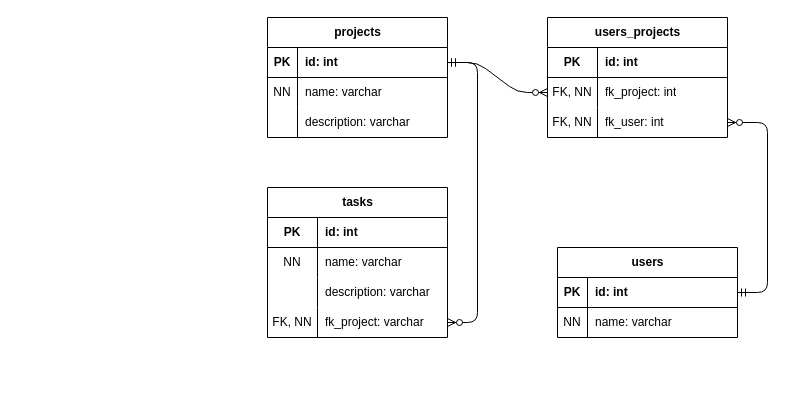
This is backend/docs/DER.drawio from guilhermepk/APS-2-WEB-3, a draw.io file, before an edit. Source tidied: cells renumbered, new cells numbered last; positions are measured from the earlier drawing's top-left corner, leaving out a move shared by most shapes. Both pictures are drawn from the tidied source at 100%, with x=0, y=0 at pixel (267, 17).
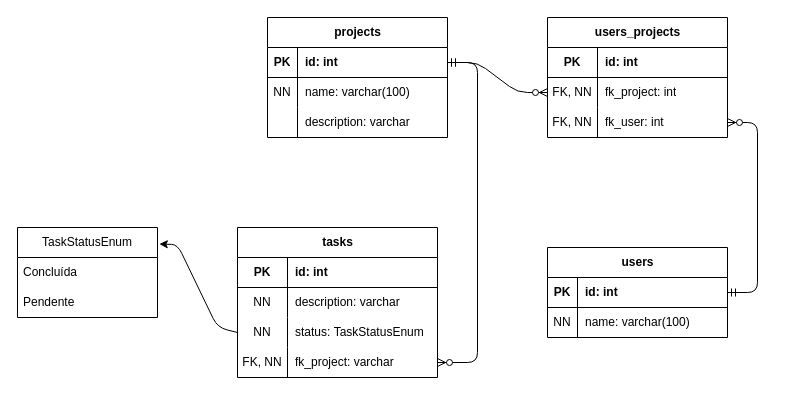
Above is the later version.

The change refers to these unchanged cells:
```xml
<mxCell id="6" style="shape=tableRow;horizontal=0;startSize=0;swimlaneHead=0;swimlaneBody=0;fillColor=none;top=0;left=0;right=0;bottom=0;" parent="2" vertex="1">
  <mxGeometry y="60" width="180" height="30" as="geometry" />
</mxCell>
<mxCell id="16" style="shape=tableRow;horizontal=0;startSize=0;swimlaneHead=0;swimlaneBody=0;fillColor=none;top=0;left=0;right=0;bottom=0;" parent="12" vertex="1">
  <mxGeometry y="60" width="180" height="30" as="geometry" />
</mxCell>
```

Diff of the diagram source:
```diff
@@
-    <mxCell id="8" value="name: varchar" style="shape=partialRectangle;fillColor=none;top=0;left=0;bottom=0;right=0;align=left;spacingLeft=6;overflow=hidden;whiteSpace=wrap;html=1;" parent="6" vertex="1">
+    <mxCell id="8" value="name: varchar(100)" style="shape=partialRectangle;fillColor=none;top=0;left=0;bottom=0;right=0;align=left;spacingLeft=6;overflow=hidden;whiteSpace=wrap;html=1;" parent="6" vertex="1">
       <mxGeometry x="30" width="150" height="30" as="geometry" />
     </mxCell>
@@
     <mxCell id="12" value="users" style="shape=table;startSize=30;childLayout=tableLayout;rowLines=0;fontStyle=1;align=center;html=1;" parent="1" vertex="1">
-      <mxGeometry x="290" y="230" width="180" height="90" as="geometry" />
+      <mxGeometry x="280" y="230" width="180" height="90" as="geometry" />
     </mxCell>
@@
-    <mxCell id="18" value="name: varchar" style="shape=partialRectangle;fillColor=none;top=0;left=0;bottom=0;right=0;align=left;spacingLeft=6;overflow=hidden;whiteSpace=wrap;html=1;" parent="16" vertex="1">
+    <mxCell id="18" value="name: varchar(100)" style="shape=partialRectangle;fillColor=none;top=0;left=0;bottom=0;right=0;align=left;spacingLeft=6;overflow=hidden;whiteSpace=wrap;html=1;" parent="16" vertex="1">
       <mxGeometry x="30" width="150" height="30" as="geometry" />
     </mxCell>
@@
+    <mxCell id="45" style="edgeStyle=none;html=1;exitX=0;exitY=0.5;exitDx=0;exitDy=0;entryX=1.013;entryY=0.184;entryDx=0;entryDy=0;entryPerimeter=0;" parent="1" edge="1" source="46" target="48">
+      <mxGeometry relative="1" as="geometry">
+        <Array as="points">
+          <mxPoint x="-50" y="310" />
+          <mxPoint x="-90" y="227" />
+        </Array>
+      </mxGeometry>
+    </mxCell>
     <mxCell id="31" value="tasks" style="shape=table;startSize=30;childLayout=tableLayout;rowLines=0;fontStyle=1;align=center;html=1;" parent="1" vertex="1">
-      <mxGeometry y="170" width="180" height="150" as="geometry" />
+      <mxGeometry x="-30" y="210" width="200" height="150" as="geometry" />
     </mxCell>
     <mxCell id="32" style="shape=tableRow;horizontal=0;startSize=0;swimlaneHead=0;swimlaneBody=0;fillColor=none;top=0;left=0;right=0;bottom=1;" parent="31" vertex="1">
-      <mxGeometry y="30" width="180" height="30" as="geometry" />
+      <mxGeometry y="30" width="200" height="30" as="geometry" />
     </mxCell>
@@
     <mxCell id="34" value="id: int" style="shape=partialRectangle;fillColor=none;top=0;left=0;bottom=0;right=0;align=left;spacingLeft=6;fontStyle=1;overflow=hidden;whiteSpace=wrap;html=1;" parent="32" vertex="1">
-      <mxGeometry x="50" width="130" height="30" as="geometry" />
+      <mxGeometry x="50" width="150" height="30" as="geometry" />
     </mxCell>
-    <mxCell id="35" style="shape=tableRow;horizontal=0;startSize=0;swimlaneHead=0;swimlaneBody=0;fillColor=none;top=0;left=0;right=0;bottom=0;" parent="31" vertex="1">
-      <mxGeometry y="60" width="180" height="30" as="geometry" />
-    </mxCell>
-    <mxCell id="36" value="NN" style="shape=partialRectangle;fillColor=none;top=0;left=0;bottom=0;right=0;overflow=hidden;whiteSpace=wrap;html=1;" parent="35" vertex="1">
-      <mxGeometry width="50" height="30" as="geometry" />
-    </mxCell>
-    <mxCell id="37" value="name: varchar" style="shape=partialRectangle;fillColor=none;top=0;left=0;bottom=0;right=0;align=left;spacingLeft=6;overflow=hidden;whiteSpace=wrap;html=1;" parent="35" vertex="1">
-      <mxGeometry x="50" width="130" height="30" as="geometry" />
-    </mxCell>
     <mxCell id="38" style="shape=tableRow;horizontal=0;startSize=0;swimlaneHead=0;swimlaneBody=0;fillColor=none;top=0;left=0;right=0;bottom=0;" parent="31" vertex="1">
-      <mxGeometry y="90" width="180" height="30" as="geometry" />
+      <mxGeometry y="60" width="200" height="30" as="geometry" />
     </mxCell>
-    <mxCell id="39" style="shape=partialRectangle;fillColor=none;top=0;left=0;bottom=0;right=0;overflow=hidden;whiteSpace=wrap;html=1;" parent="38" vertex="1">
+    <mxCell id="39" value="NN" style="shape=partialRectangle;fillColor=none;top=0;left=0;bottom=0;right=0;overflow=hidden;whiteSpace=wrap;html=1;" parent="38" vertex="1">
       <mxGeometry width="50" height="30" as="geometry" />
     </mxCell>
     <mxCell id="40" value="description: varchar" style="shape=partialRectangle;fillColor=none;top=0;left=0;bottom=0;right=0;align=left;spacingLeft=6;overflow=hidden;whiteSpace=wrap;html=1;" parent="38" vertex="1">
-      <mxGeometry x="50" width="130" height="30" as="geometry" />
+      <mxGeometry x="50" width="150" height="30" as="geometry" />
     </mxCell>
+    <mxCell id="46" style="shape=tableRow;horizontal=0;startSize=0;swimlaneHead=0;swimlaneBody=0;fillColor=none;points=[[0,0.5],[1,0.5]];portConstraint=eastwest;top=0;left=0;right=0;bottom=0;" parent="31" vertex="1">
+      <mxGeometry y="90" width="200" height="30" as="geometry" />
+    </mxCell>
+    <mxCell id="36" value="NN" style="shape=partialRectangle;fillColor=none;top=0;left=0;bottom=0;right=0;overflow=hidden;whiteSpace=wrap;html=1;" parent="46" vertex="1">
+      <mxGeometry width="50" height="30" as="geometry" />
+    </mxCell>
+    <mxCell id="47" value="status:&amp;nbsp;&lt;span style=&quot;color: rgb(0, 0, 0); text-align: center;&quot;&gt;TaskStatusEnum&lt;/span&gt;" style="shape=partialRectangle;fillColor=none;top=0;left=0;bottom=0;right=0;align=left;spacingLeft=6;overflow=hidden;whiteSpace=wrap;html=1;" parent="46" vertex="1">
+      <mxGeometry x="50" width="150" height="30" as="geometry" />
+    </mxCell>
     <mxCell id="41" style="shape=tableRow;horizontal=0;startSize=0;swimlaneHead=0;swimlaneBody=0;fillColor=none;points=[[0,0.5],[1,0.5]];portConstraint=eastwest;top=0;left=0;right=0;bottom=0;" parent="31" vertex="1">
-      <mxGeometry y="120" width="180" height="30" as="geometry" />
+      <mxGeometry y="120" width="200" height="30" as="geometry" />
     </mxCell>
@@
     <mxCell id="43" value="fk_project: varchar" style="shape=partialRectangle;fillColor=none;top=0;left=0;bottom=0;right=0;align=left;spacingLeft=6;overflow=hidden;whiteSpace=wrap;html=1;" parent="41" vertex="1">
-      <mxGeometry x="50" width="130" height="30" as="geometry" />
+      <mxGeometry x="50" width="150" height="30" as="geometry" />
     </mxCell>
@@
+    <mxCell id="48" value="TaskStatusEnum" style="swimlane;fontStyle=0;horizontal=1;startSize=30;whiteSpace=wrap;html=1;" parent="1" vertex="1">
+      <mxGeometry x="-250" y="210" width="140" height="90" as="geometry" />
+    </mxCell>
+    <mxCell id="49" value="Concluída" style="text;strokeColor=none;fillColor=none;align=left;verticalAlign=middle;spacingLeft=4;spacingRight=4;overflow=hidden;whiteSpace=wrap;html=1;" parent="48" vertex="1">
+      <mxGeometry y="30" width="140" height="30" as="geometry" />
+    </mxCell>
+    <mxCell id="50" value="Pendente" style="text;strokeColor=none;fillColor=none;align=left;verticalAlign=middle;spacingLeft=4;spacingRight=4;overflow=hidden;whiteSpace=wrap;html=1;" parent="48" vertex="1">
+      <mxGeometry y="60" width="140" height="30" as="geometry" />
+    </mxCell>
```
